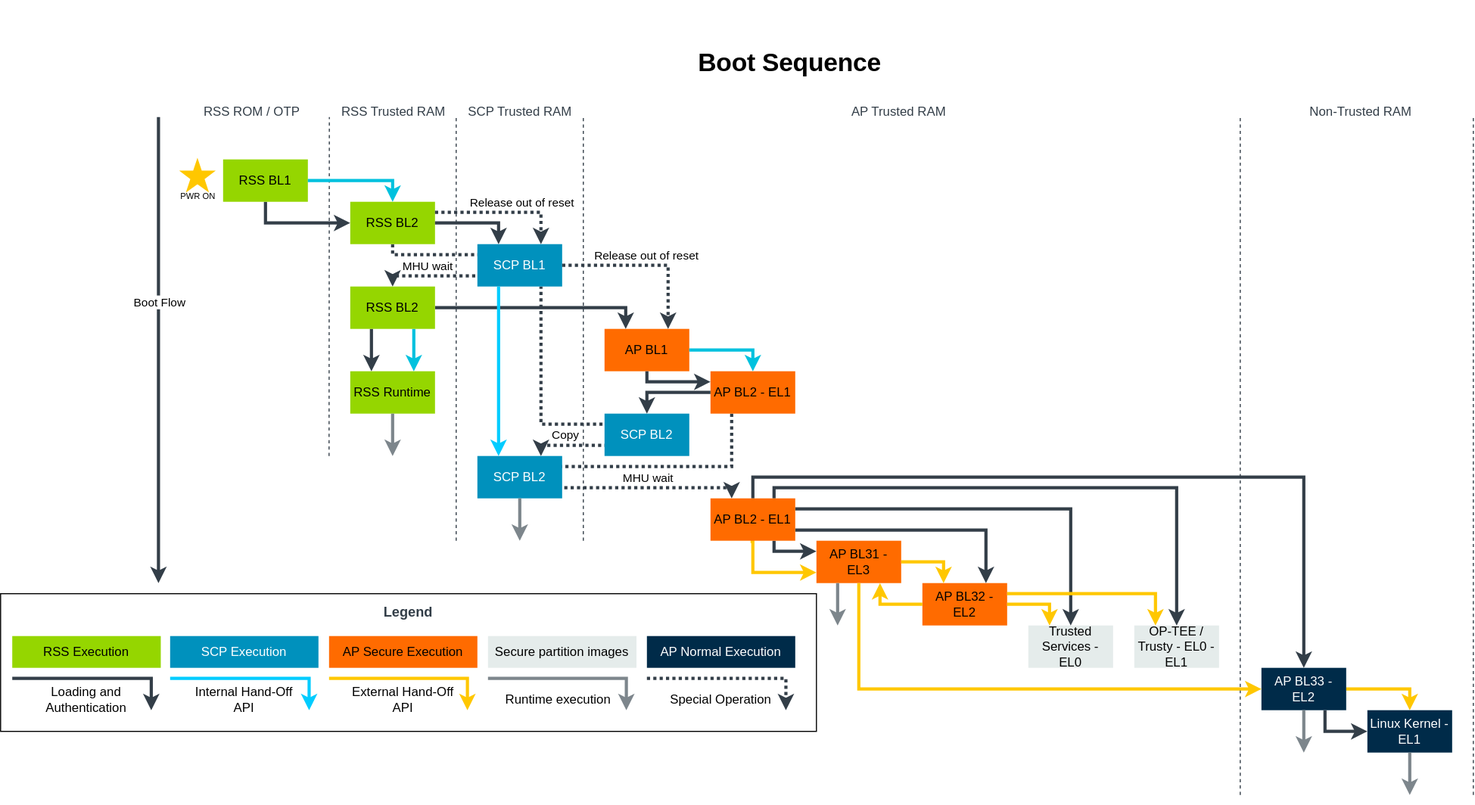
chenchongbiao/arm-reference-solutions-build-scripts keeps this draw.io diagram as docs/totalcompute/tc2/tc2_bootflow.svg. Above is the earlier version. Source tidied: cells renumbered, new cells last; positions are measured from the earlier drawing's top-left corner, leaving out a move shared by most shapes.
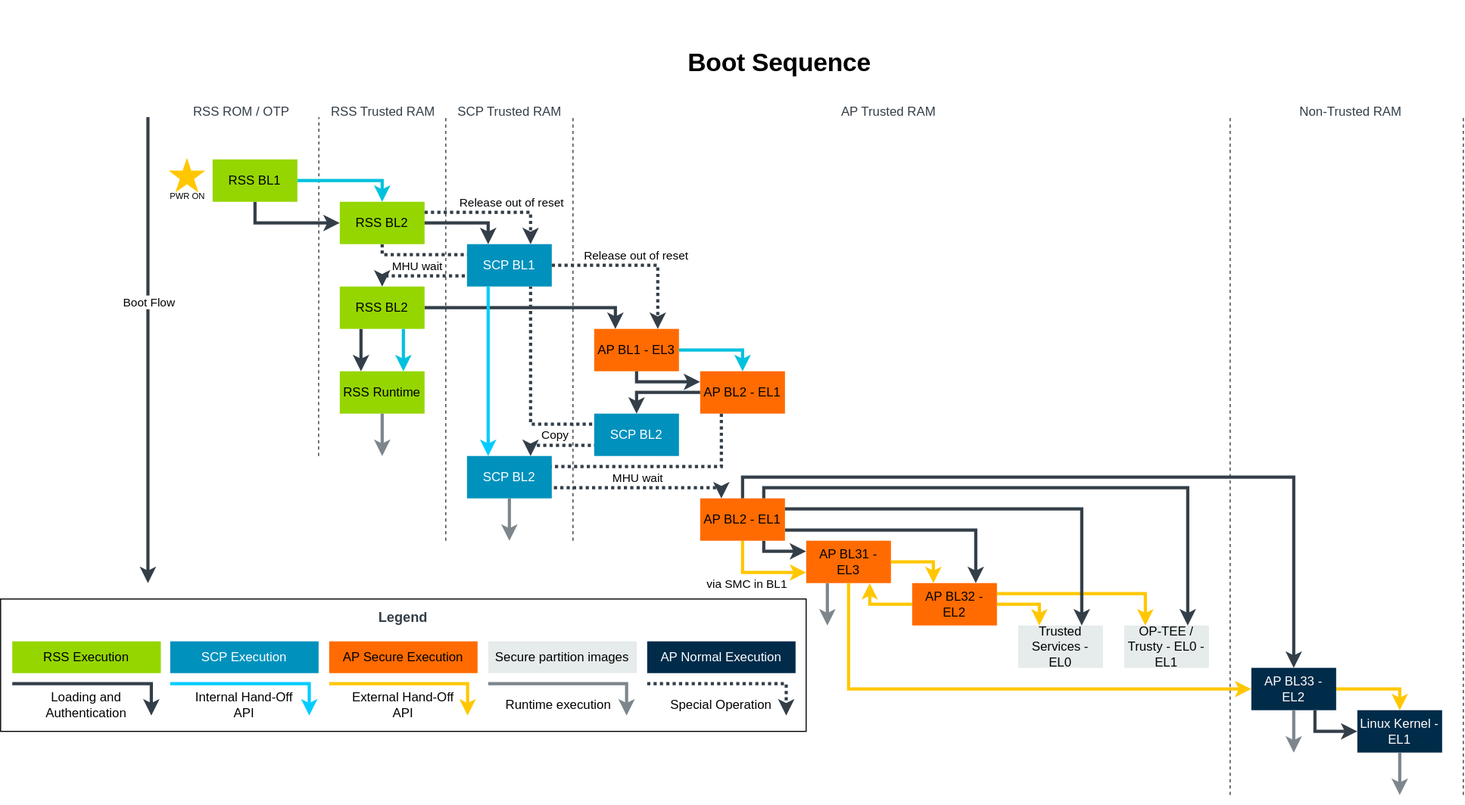
After the change.

Diff of the diagram source:
```diff
@@ -55,7 +55,7 @@
       </mxGeometry>
     </mxCell>
     <mxCell id="9" value="&lt;span style=&quot;font-size: 16px;&quot;&gt;&lt;b style=&quot;font-size: 13px;&quot;&gt;Legend&lt;/b&gt;&lt;/span&gt;" style="rounded=0;whiteSpace=wrap;html=1;verticalAlign=top;fontColor=#333E48;strokeColor=default;align=center;fillColor=none;" parent="1" vertex="1">
-      <mxGeometry y="560" width="770" height="130" as="geometry" />
+      <mxGeometry x="10" y="565" width="760" height="125" as="geometry" />
     </mxCell>
     <mxCell id="10" style="edgeStyle=orthogonalEdgeStyle;rounded=0;jettySize=auto;html=1;exitX=0.5;exitY=1;exitDx=0;exitDy=0;strokeWidth=3;strokeColor=#333E48;fontColor=#000000;exitPerimeter=0;entryX=0;entryY=0.5;entryDx=0;entryDy=0;" parent="1" edge="1" source="17" target="11">
       <mxGeometry relative="1" as="geometry">
@@ -86,32 +86,32 @@
       <mxGeometry x="210" y="150" width="80" height="40" as="geometry" />
     </mxCell>
     <mxCell id="18" value="RSS Execution" style="rounded=0;whiteSpace=wrap;html=1;fillColor=#95D600;strokeColor=none;fontColor=default;strokeWidth=2;" parent="1" vertex="1">
-      <mxGeometry x="11" y="600" width="140.2" height="30" as="geometry" />
+      <mxGeometry x="21" y="605" width="140.2" height="30" as="geometry" />
     </mxCell>
     <mxCell id="19" value="AP Secure Execution" style="rounded=0;whiteSpace=wrap;html=1;fillColor=#FF6B00;strokeWidth=2;strokeColor=none;" parent="1" vertex="1">
-      <mxGeometry x="310" y="600" width="140" height="30" as="geometry" />
+      <mxGeometry x="320" y="605" width="140" height="30" as="geometry" />
     </mxCell>
     <mxCell id="20" value="AP Normal Execution" style="rounded=0;whiteSpace=wrap;html=1;fillColor=#002B49;strokeWidth=2;strokeColor=none;fontColor=#FFFFFF;" parent="1" vertex="1">
-      <mxGeometry x="610" y="600" width="140" height="30" as="geometry" />
+      <mxGeometry x="620" y="605" width="140" height="30" as="geometry" />
     </mxCell>
     <mxCell id="21" style="edgeStyle=orthogonalEdgeStyle;rounded=0;orthogonalLoop=1;jettySize=auto;html=1;exitX=0.5;exitY=1;exitDx=0;exitDy=0;strokeWidth=3;strokeColor=#333E48;fontColor=#333E48;" parent="1" edge="1">
       <mxGeometry relative="1" as="geometry">
-        <mxPoint x="11" y="640" as="sourcePoint" />
-        <mxPoint x="142.2" y="670" as="targetPoint" />
+        <mxPoint x="21" y="645" as="sourcePoint" />
+        <mxPoint x="152.2" y="675" as="targetPoint" />
         <Array as="points">
-          <mxPoint x="142.2" y="640" />
+          <mxPoint x="152.2" y="645" />
         </Array>
       </mxGeometry>
     </mxCell>
     <mxCell id="22" value="Loading and Authentication" style="text;html=1;strokeColor=none;fillColor=none;align=center;verticalAlign=middle;whiteSpace=wrap;rounded=0;" parent="1" vertex="1">
-      <mxGeometry x="31" y="650" width="100" height="20" as="geometry" />
+      <mxGeometry x="41" y="655" width="100" height="20" as="geometry" />
     </mxCell>
     <mxCell id="23" style="edgeStyle=orthogonalEdgeStyle;rounded=0;orthogonalLoop=1;jettySize=auto;html=1;exitX=0.5;exitY=1;exitDx=0;exitDy=0;strokeWidth=3;strokeColor=#00CCFF;" parent="1" edge="1">
       <mxGeometry relative="1" as="geometry">
-        <mxPoint x="160" y="640" as="sourcePoint" />
-        <mxPoint x="291.2" y="670" as="targetPoint" />
+        <mxPoint x="170" y="645" as="sourcePoint" />
+        <mxPoint x="301.2" y="675" as="targetPoint" />
         <Array as="points">
-          <mxPoint x="291.2" y="640" />
+          <mxPoint x="301.2" y="645" />
         </Array>
       </mxGeometry>
     </mxCell>
@@ -122,7 +122,7 @@
       </mxGeometry>
     </mxCell>
     <mxCell id="25" value="SCP Execution" style="rounded=0;whiteSpace=wrap;html=1;fillColor=#0091BD;strokeWidth=2;strokeColor=none;fontColor=#FFFFFF;" parent="1" vertex="1">
-      <mxGeometry x="160" y="600" width="140" height="30" as="geometry" />
+      <mxGeometry x="170" y="605" width="140" height="30" as="geometry" />
     </mxCell>
     <mxCell id="26" style="endArrow=none;dashed=1;html=1;rounded=0;fontColor=#FFFFFF;strokeColor=#333E48;" parent="1" edge="1">
       <mxGeometry relative="1" as="geometry">
@@ -131,9 +131,9 @@
       </mxGeometry>
     </mxCell>
     <mxCell id="27" value="Internal Hand-Off API" style="text;html=1;strokeColor=none;fillColor=none;align=center;verticalAlign=middle;whiteSpace=wrap;rounded=0;" parent="1" vertex="1">
-      <mxGeometry x="180" y="650" width="100" height="20" as="geometry" />
+      <mxGeometry x="190" y="655" width="100" height="20" as="geometry" />
     </mxCell>
-    <mxCell id="28" value="AP BL1" style="rounded=0;whiteSpace=wrap;html=1;fillColor=#FF6B00;strokeColor=none;fontColor=default;strokeWidth=2;" parent="1" vertex="1">
+    <mxCell id="28" value="AP BL1 - EL3" style="rounded=0;whiteSpace=wrap;html=1;fillColor=#FF6B00;strokeColor=none;fontColor=default;strokeWidth=2;" parent="1" vertex="1">
       <mxGeometry x="570" y="310" width="80" height="40" as="geometry" />
     </mxCell>
     <mxCell id="29" style="edgeStyle=orthogonalEdgeStyle;rounded=0;jettySize=auto;html=1;strokeWidth=3;strokeColor=#333E48;fontColor=#333E48;entryX=0.25;entryY=0;entryDx=0;entryDy=0;exitX=1;exitY=0.5;exitDx=0;exitDy=0;" parent="1" edge="1" source="78" target="28">
@@ -260,19 +260,16 @@
     <mxCell id="52" value="Trusted Services - EL0" style="rounded=0;whiteSpace=wrap;html=1;fillColor=#e5eceb;strokeColor=none;fontColor=#000000;strokeWidth=2;" parent="1" vertex="1">
       <mxGeometry x="970" y="590" width="80" height="40" as="geometry" />
     </mxCell>
-    <mxCell id="53" style="edgeStyle=orthogonalEdgeStyle;rounded=0;jettySize=auto;html=1;strokeWidth=3;strokeColor=#333E48;fontColor=#333E48;exitX=0.75;exitY=0;exitDx=0;exitDy=0;entryX=0.5;entryY=0;entryDx=0;entryDy=0;" parent="1" edge="1" source="82" target="51">
+    <mxCell id="53" style="edgeStyle=orthogonalEdgeStyle;rounded=0;jettySize=auto;html=1;strokeWidth=3;strokeColor=#333E48;fontColor=#333E48;exitX=0.75;exitY=0;exitDx=0;exitDy=0;entryX=0.75;entryY=0;entryDx=0;entryDy=0;" parent="1" edge="1" source="82" target="51">
       <mxGeometry relative="1" as="geometry">
         <Array as="points">
           <mxPoint x="730" y="460" />
-          <mxPoint x="1110" y="460" />
+          <mxPoint x="1130" y="460" />
         </Array>
       </mxGeometry>
     </mxCell>
-    <mxCell id="54" style="edgeStyle=orthogonalEdgeStyle;rounded=0;jettySize=auto;html=1;exitX=1;exitY=0.25;exitDx=0;exitDy=0;strokeWidth=3;strokeColor=#333E48;fontColor=#333E48;entryX=0.5;entryY=0;entryDx=0;entryDy=0;" parent="1" edge="1" source="82" target="52">
-      <mxGeometry relative="1" as="geometry" />
-    </mxCell>
     <mxCell id="55" value="Secure partition images" style="rounded=0;whiteSpace=wrap;html=1;fillColor=#E5ECEB;strokeWidth=2;strokeColor=none;fontColor=#000000;" parent="1" vertex="1">
-      <mxGeometry x="460" y="600" width="140.2" height="30" as="geometry" />
+      <mxGeometry x="470" y="605" width="140.2" height="30" as="geometry" />
     </mxCell>
     <mxCell id="56" style="edgeStyle=orthogonalEdgeStyle;rounded=0;jettySize=auto;html=1;strokeWidth=3;strokeColor=#333E48;fontColor=#333E48;exitX=0;exitY=0.5;exitDx=0;exitDy=0;" parent="1" edge="1" source="31">
       <mxGeometry relative="1" as="geometry">
@@ -284,15 +281,15 @@
     </mxCell>
     <mxCell id="57" style="edgeStyle=orthogonalEdgeStyle;rounded=0;orthogonalLoop=1;jettySize=auto;html=1;exitX=0.5;exitY=1;exitDx=0;exitDy=0;strokeWidth=3;strokeColor=#7D868C;fontColor=#333E48;" parent="1" edge="1">
       <mxGeometry relative="1" as="geometry">
-        <mxPoint x="460" y="640" as="sourcePoint" />
-        <mxPoint x="590.6" y="670" as="targetPoint" />
+        <mxPoint x="470" y="645" as="sourcePoint" />
+        <mxPoint x="600.6" y="675" as="targetPoint" />
         <Array as="points">
-          <mxPoint x="590.6" y="640" />
+          <mxPoint x="600.6" y="645" />
         </Array>
       </mxGeometry>
     </mxCell>
     <mxCell id="58" value="Runtime execution" style="text;html=1;strokeColor=none;fillColor=none;align=center;verticalAlign=middle;whiteSpace=wrap;rounded=0;" parent="1" vertex="1">
-      <mxGeometry x="470" y="650" width="112.5" height="20" as="geometry" />
+      <mxGeometry x="480" y="655" width="112.5" height="20" as="geometry" />
     </mxCell>
     <mxCell id="59" style="edgeStyle=orthogonalEdgeStyle;rounded=0;jettySize=auto;html=1;exitX=1;exitY=0.5;exitDx=0;exitDy=0;strokeWidth=3;strokeColor=#333E48;dashed=1;dashPattern=1 1;" parent="1" edge="1" source="30">
       <mxGeometry relative="1" as="geometry">
@@ -310,15 +307,15 @@
     </mxCell>
     <mxCell id="61" style="edgeStyle=orthogonalEdgeStyle;rounded=0;orthogonalLoop=1;jettySize=auto;html=1;exitX=0.5;exitY=1;exitDx=0;exitDy=0;strokeWidth=3;strokeColor=#FFC700;fontColor=#333E48;" parent="1" edge="1">
       <mxGeometry relative="1" as="geometry">
-        <mxPoint x="310" y="640" as="sourcePoint" />
-        <mxPoint x="440.6" y="670" as="targetPoint" />
+        <mxPoint x="320" y="645" as="sourcePoint" />
+        <mxPoint x="450.6" y="675" as="targetPoint" />
         <Array as="points">
-          <mxPoint x="440.6" y="640" />
+          <mxPoint x="450.6" y="645" />
         </Array>
       </mxGeometry>
     </mxCell>
     <mxCell id="62" value="External Hand-Off API" style="text;html=1;strokeColor=none;fillColor=none;align=center;verticalAlign=middle;whiteSpace=wrap;rounded=0;" parent="1" vertex="1">
-      <mxGeometry x="330" y="650" width="100" height="20" as="geometry" />
+      <mxGeometry x="340" y="655" width="100" height="20" as="geometry" />
     </mxCell>
     <mxCell id="63" value="RSS Runtime" style="rounded=0;whiteSpace=wrap;html=1;fillColor=#95D600;strokeColor=none;fontColor=default;strokeWidth=2;" parent="1" vertex="1">
       <mxGeometry x="330" y="350" width="80" height="40" as="geometry" />
@@ -345,14 +342,18 @@
         </Array>
       </mxGeometry>
     </mxCell>
-    <mxCell id="68" style="edgeStyle=orthogonalEdgeStyle;rounded=0;jettySize=auto;html=1;exitX=0.473;exitY=1.015;exitDx=0;exitDy=0;strokeWidth=3;strokeColor=#FFC700;fontColor=#333E48;entryX=0;entryY=0.75;entryDx=0;entryDy=0;exitPerimeter=0;" parent="1" edge="1" source="82" target="37">
+    <mxCell id="68" style="edgeStyle=orthogonalEdgeStyle;rounded=0;jettySize=auto;html=1;strokeWidth=3;strokeColor=#FFC700;fontColor=#333E48;entryX=0;entryY=0.75;entryDx=0;entryDy=0;exitX=0.5;exitY=1;exitDx=0;exitDy=0;" parent="1" edge="1" source="82" target="37">
       <mxGeometry relative="1" as="geometry">
         <Array as="points">
-          <mxPoint x="710" y="511" />
           <mxPoint x="710" y="540" />
         </Array>
       </mxGeometry>
     </mxCell>
+    <mxCell id="86" value="via SMC in BL1" style="edgeLabel;html=1;align=center;verticalAlign=middle;" parent="68" vertex="1">
+      <mxGeometry x="0.23" relative="1" as="geometry">
+        <mxPoint x="-22" y="10" as="offset" />
+      </mxGeometry>
+    </mxCell>
     <mxCell id="69" style="edgeStyle=orthogonalEdgeStyle;rounded=0;jettySize=auto;html=1;exitX=0;exitY=0.5;exitDx=0;exitDy=0;strokeWidth=3;strokeColor=#FFC700;fontColor=#333E48;entryX=0.75;entryY=1;entryDx=0;entryDy=0;" parent="1" edge="1" source="39" target="37">
       <mxGeometry relative="1" as="geometry">
         <Array as="points">
@@ -407,18 +408,22 @@
     </mxCell>
     <mxCell id="79" style="edgeStyle=orthogonalEdgeStyle;rounded=0;orthogonalLoop=1;jettySize=auto;html=1;exitX=0.5;exitY=1;exitDx=0;exitDy=0;strokeWidth=3;strokeColor=#333E48;fontColor=#333E48;dashed=1;dashPattern=1 1;" parent="1" edge="1">
       <mxGeometry relative="1" as="geometry">
-        <mxPoint x="610" y="640" as="sourcePoint" />
-        <mxPoint x="741.2" y="670" as="targetPoint" />
+        <mxPoint x="620" y="645" as="sourcePoint" />
+        <mxPoint x="751.2" y="675" as="targetPoint" />
         <Array as="points">
-          <mxPoint x="741.2" y="640" />
+          <mxPoint x="751.2" y="645" />
         </Array>
       </mxGeometry>
     </mxCell>
     <mxCell id="80" value="Special Operation" style="text;html=1;strokeColor=none;fillColor=none;align=center;verticalAlign=middle;whiteSpace=wrap;rounded=0;" parent="1" vertex="1">
-      <mxGeometry x="630" y="650" width="100" height="20" as="geometry" />
+      <mxGeometry x="640" y="655" width="100" height="20" as="geometry" />
     </mxCell>
     <mxCell id="81" style="edgeStyle=orthogonalEdgeStyle;rounded=0;jettySize=auto;html=1;exitX=1;exitY=0.5;exitDx=0;exitDy=0;entryX=0.5;entryY=0;entryDx=0;entryDy=0;strokeWidth=3;strokeColor=#00C1DE;fontColor=#333e48;" parent="1" edge="1" source="28" target="31">
-      <mxGeometry relative="1" as="geometry" />
+      <mxGeometry relative="1" as="geometry">
+        <Array as="points">
+          <mxPoint x="710" y="330" />
+        </Array>
+      </mxGeometry>
     </mxCell>
     <mxCell id="82" value="AP BL2 - EL1" style="rounded=0;whiteSpace=wrap;html=1;fillColor=#FF6B00;strokeColor=none;fontColor=default;strokeWidth=2;" parent="1" vertex="1">
       <mxGeometry x="670" y="470" width="80" height="40" as="geometry" />
@@ -447,5 +452,8 @@
         </Array>
       </mxGeometry>
     </mxCell>
+    <mxCell id="54" style="edgeStyle=orthogonalEdgeStyle;rounded=0;jettySize=auto;html=1;exitX=1;exitY=0.25;exitDx=0;exitDy=0;strokeWidth=3;strokeColor=#333E48;fontColor=#333E48;entryX=0.75;entryY=0;entryDx=0;entryDy=0;" parent="1" edge="1" source="82" target="52">
+      <mxGeometry relative="1" as="geometry" />
+    </mxCell>
   </root>
 </mxGraphModel>
```
